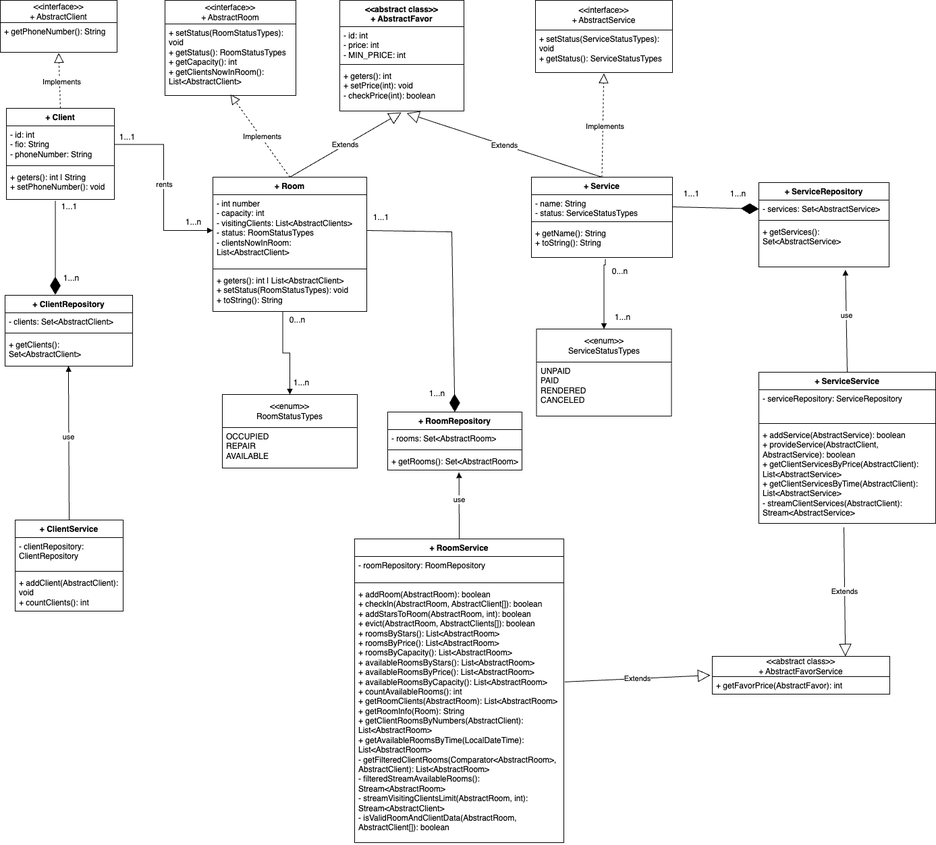
This is hotelAdmin/src/images/hotel.png from Dmitry-Osipov/hotel, a draw.io export, as it was before one commit. Source tidied: cells renumbered, new cells last; positions are measured from the earlier drawing's top-left corner, leaving out a move shared by most shapes.
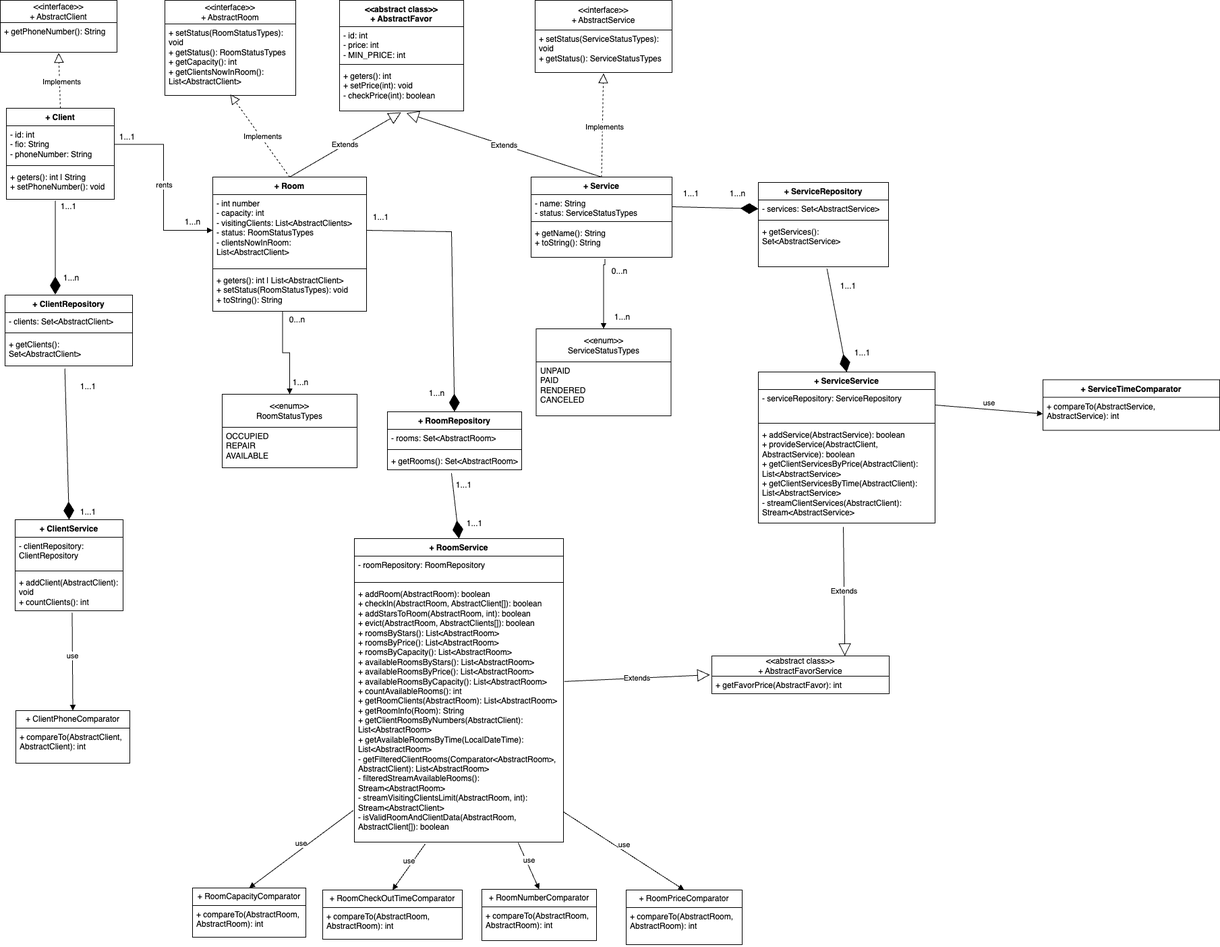
Above is the later version.

Diff of the diagram source:
```diff
@@ -220,9 +220,6 @@
     <mxCell id="70" value="+ addClient(AbstractClient): void&lt;br&gt;+ countClients(): int" style="text;strokeColor=none;fillColor=none;align=left;verticalAlign=top;spacingLeft=4;spacingRight=4;overflow=hidden;points=[[0,0.5],[1,0.5]];portConstraint=eastwest;whiteSpace=wrap;html=1;" parent="67" vertex="1">
       <mxGeometry y="80" width="160" height="55" as="geometry" />
     </mxCell>
-    <mxCell id="71" value="use" style="html=1;verticalAlign=bottom;endArrow=block;curved=0;rounded=0;exitX=0.5;exitY=0;exitDx=0;exitDy=0;entryX=0.497;entryY=0.994;entryDx=0;entryDy=0;entryPerimeter=0;" parent="1" edge="1" source="67" target="55">
-      <mxGeometry relative="1" as="geometry" />
-    </mxCell>
     <mxCell id="72" value="+ RoomService" style="swimlane;fontStyle=1;align=center;verticalAlign=top;horizontal=1;startSize=26;whiteSpace=wrap;html=1;" parent="1" vertex="1">
       <mxGeometry x="525" y="798" width="310" height="450" as="geometry" />
     </mxCell>
@@ -235,9 +232,6 @@
     <mxCell id="75" value="+ addRoom(AbstractRoom): boolean&lt;br&gt;+ checkIn(AbstractRoom, AbstractClient[]): boolean&lt;br&gt;+ addStarsToRoom(AbstractRoom, int): boolean&lt;br&gt;+ evict(AbstractRoom, AbstractClients[]): boolean&lt;br&gt;+ roomsByStars(): List&amp;lt;AbstractRoom&amp;gt;&lt;br&gt;+ roomsByPrice(): List&amp;lt;AbstractRoom&amp;gt;&lt;br&gt;+ roomsByCapacity(): List&amp;lt;AbstractRoom&amp;gt;&lt;br&gt;+ availableRoomsByStars(): List&amp;lt;AbstractRoom&amp;gt;&lt;br&gt;+ availableRoomsByPrice(): List&amp;lt;AbstractRoom&amp;gt;&lt;br&gt;+ availableRoomsByCapacity(): List&amp;lt;AbstractRoom&amp;gt;&lt;br&gt;+ countAvailableRooms(): int&lt;br&gt;+ getRoomClients(AbstractRoom): List&amp;lt;AbstractRoom&amp;gt;&lt;br&gt;+ getRoomInfo(Room): String&lt;br&gt;+ getClientRoomsByNumbers(AbstractClient): List&amp;lt;AbstractRoom&amp;gt;&lt;br&gt;+ getAvailableRoomsByTime(LocalDateTime): List&amp;lt;AbstractRoom&amp;gt;&lt;br&gt;- getFilteredClientRooms(Comparator&amp;lt;AbstractRoom&amp;gt;, AbstractClient): List&amp;lt;AbstractRoom&amp;gt;&lt;br&gt;- filteredStreamAvailableRooms(): Stream&amp;lt;AbstractRoom&amp;gt;&lt;br&gt;- streamVisitingClientsLimit(AbstractRoom, int): Stream&amp;lt;AbstractClient&amp;gt;&lt;br&gt;- isValidRoomAndClientData(AbstractRoom, AbstractClient[]): boolean" style="text;strokeColor=none;fillColor=none;align=left;verticalAlign=top;spacingLeft=4;spacingRight=4;overflow=hidden;points=[[0,0.5],[1,0.5]];portConstraint=eastwest;whiteSpace=wrap;html=1;" parent="72" vertex="1">
       <mxGeometry y="69" width="310" height="381" as="geometry" />
     </mxCell>
-    <mxCell id="76" value="use" style="html=1;verticalAlign=bottom;endArrow=block;curved=0;rounded=0;exitX=0.5;exitY=0;exitDx=0;exitDy=0;entryX=0.531;entryY=1.125;entryDx=0;entryDy=0;entryPerimeter=0;" parent="1" edge="1" source="72" target="60">
-      <mxGeometry relative="1" as="geometry" />
-    </mxCell>
     <mxCell id="77" value="+ ServiceService" style="swimlane;fontStyle=1;align=center;verticalAlign=top;horizontal=1;startSize=26;whiteSpace=wrap;html=1;" parent="1" vertex="1">
       <mxGeometry x="1124" y="551" width="262" height="224" as="geometry" />
     </mxCell>
@@ -250,9 +244,6 @@
     <mxCell id="80" value="+ addService(AbstractService): boolean&lt;br&gt;+ provideService(AbstractClient, AbstractService): boolean&lt;br&gt;+ getClientServicesByPrice(AbstractClient): List&amp;lt;AbstractService&amp;gt;&lt;br&gt;+ getClientServicesByTime(AbstractClient): List&amp;lt;AbstractService&amp;gt;&lt;br&gt;- streamClientServices(AbstractClient): Stream&amp;lt;AbstractService&amp;gt;" style="text;strokeColor=none;fillColor=none;align=left;verticalAlign=top;spacingLeft=4;spacingRight=4;overflow=hidden;points=[[0,0.5],[1,0.5]];portConstraint=eastwest;whiteSpace=wrap;html=1;" parent="77" vertex="1">
       <mxGeometry y="80" width="262" height="144" as="geometry" />
     </mxCell>
-    <mxCell id="81" value="use" style="html=1;verticalAlign=bottom;endArrow=block;curved=0;rounded=0;exitX=0.5;exitY=0;exitDx=0;exitDy=0;entryX=0.665;entryY=1.065;entryDx=0;entryDy=0;entryPerimeter=0;" parent="1" edge="1" source="77" target="65">
-      <mxGeometry relative="1" as="geometry" />
-    </mxCell>
     <mxCell id="82" value="&amp;lt;&amp;lt;abstract class&amp;gt;&amp;gt;&lt;br&gt;+ AbstractFavorService" style="swimlane;fontStyle=0;horizontal=1;startSize=30;fillColor=none;whiteSpace=wrap;html=1;" parent="1" vertex="1">
       <mxGeometry x="1055" y="972" width="263" height="56" as="geometry" />
     </mxCell>
@@ -267,5 +258,86 @@
     <mxCell id="85" value="Extends" style="endArrow=block;endSize=16;endFill=0;html=1;rounded=0;entryX=0.75;entryY=0;entryDx=0;entryDy=0;exitX=0.481;exitY=1.04;exitDx=0;exitDy=0;exitPerimeter=0;" parent="1" edge="1" source="80" target="82">
       <mxGeometry relative="1" as="geometry" />
     </mxCell>
+    <mxCell id="86" value="+ ServiceTimeComparator" style="swimlane;fontStyle=1;align=center;verticalAlign=top;horizontal=1;startSize=26;whiteSpace=wrap;html=1;" parent="1" vertex="1">
+      <mxGeometry x="1546" y="562.5" width="262" height="75" as="geometry" />
+    </mxCell>
+    <mxCell id="87" value="+ compareTo(AbstractService, AbstractService): int" style="text;strokeColor=none;fillColor=none;align=left;verticalAlign=top;spacingLeft=4;spacingRight=4;overflow=hidden;points=[[0,0.5],[1,0.5]];portConstraint=eastwest;whiteSpace=wrap;html=1;" parent="86" vertex="1">
+      <mxGeometry y="26" width="262" height="49" as="geometry" />
+    </mxCell>
+    <mxCell id="88" value="use" style="html=1;verticalAlign=bottom;endArrow=block;curved=0;rounded=0;exitX=1;exitY=0.5;exitDx=0;exitDy=0;entryX=0;entryY=0.5;entryDx=0;entryDy=0;" parent="1" edge="1" source="78" target="87">
+      <mxGeometry relative="1" as="geometry" />
+    </mxCell>
+    <mxCell id="89" value="+ ClientPhoneComparator" style="swimlane;fontStyle=0;horizontal=1;startSize=26;fillColor=none;whiteSpace=wrap;html=1;" parent="1" vertex="1">
+      <mxGeometry x="23" y="1053" width="169" height="78" as="geometry" />
+    </mxCell>
+    <mxCell id="90" value="+ compareTo(AbstractClient, AbstractClient): int" style="text;strokeColor=none;fillColor=none;align=left;verticalAlign=top;spacingLeft=4;spacingRight=4;overflow=hidden;whiteSpace=wrap;html=1;" parent="89" vertex="1">
+      <mxGeometry y="26" width="169" height="52" as="geometry" />
+    </mxCell>
+    <mxCell id="91" value="use" style="html=1;verticalAlign=bottom;endArrow=block;curved=0;rounded=0;exitX=0.528;exitY=1.051;exitDx=0;exitDy=0;exitPerimeter=0;entryX=0.5;entryY=0;entryDx=0;entryDy=0;" parent="1" edge="1" source="70" target="89">
+      <mxGeometry relative="1" as="geometry" />
+    </mxCell>
+    <mxCell id="92" value="+ RoomCapacityComparator" style="swimlane;fontStyle=0;horizontal=1;startSize=26;fillColor=none;whiteSpace=wrap;html=1;" parent="1" vertex="1">
+      <mxGeometry x="285" y="1316" width="168" height="73" as="geometry" />
+    </mxCell>
+    <mxCell id="93" value="+ compareTo(AbstractRoom, AbstractRoom): int" style="text;strokeColor=none;fillColor=none;align=left;verticalAlign=top;spacingLeft=4;spacingRight=4;overflow=hidden;whiteSpace=wrap;html=1;" parent="92" vertex="1">
+      <mxGeometry y="26" width="168" height="47" as="geometry" />
+    </mxCell>
+    <mxCell id="94" value="+ RoomCheckOutTimeComparator" style="swimlane;fontStyle=0;horizontal=1;startSize=26;fillColor=none;whiteSpace=wrap;html=1;" parent="1" vertex="1">
+      <mxGeometry x="478" y="1319" width="207" height="73" as="geometry" />
+    </mxCell>
+    <mxCell id="95" value="+ compareTo(AbstractRoom, AbstractRoom): int" style="text;strokeColor=none;fillColor=none;align=left;verticalAlign=top;spacingLeft=4;spacingRight=4;overflow=hidden;whiteSpace=wrap;html=1;" parent="94" vertex="1">
+      <mxGeometry y="26" width="207" height="47" as="geometry" />
+    </mxCell>
+    <mxCell id="96" value="+ RoomNumberComparator" style="swimlane;fontStyle=0;horizontal=1;startSize=26;fillColor=none;whiteSpace=wrap;html=1;" parent="1" vertex="1">
+      <mxGeometry x="714" y="1318" width="170" height="76" as="geometry" />
+    </mxCell>
+    <mxCell id="97" value="+ compareTo(AbstractRoom, AbstractRoom): int" style="text;strokeColor=none;fillColor=none;align=left;verticalAlign=top;spacingLeft=4;spacingRight=4;overflow=hidden;whiteSpace=wrap;html=1;" parent="96" vertex="1">
+      <mxGeometry y="26" width="170" height="50" as="geometry" />
+    </mxCell>
+    <mxCell id="98" value="+ RoomPriceComparator" style="swimlane;fontStyle=0;horizontal=1;startSize=26;fillColor=none;whiteSpace=wrap;html=1;" parent="1" vertex="1">
+      <mxGeometry x="928" y="1319" width="172" height="81" as="geometry" />
+    </mxCell>
+    <mxCell id="99" value="+ compareTo(AbstractRoom, AbstractRoom): int" style="text;strokeColor=none;fillColor=none;align=left;verticalAlign=top;spacingLeft=4;spacingRight=4;overflow=hidden;whiteSpace=wrap;html=1;" parent="98" vertex="1">
+      <mxGeometry y="26" width="172" height="55" as="geometry" />
+    </mxCell>
+    <mxCell id="100" value="use" style="html=1;verticalAlign=bottom;endArrow=block;curved=0;rounded=0;exitX=-0.006;exitY=0.877;exitDx=0;exitDy=0;exitPerimeter=0;entryX=0.5;entryY=0;entryDx=0;entryDy=0;" parent="1" edge="1" source="75" target="92">
+      <mxGeometry relative="1" as="geometry" />
+    </mxCell>
+    <mxCell id="101" value="use" style="html=1;verticalAlign=bottom;endArrow=block;curved=0;rounded=0;exitX=0.338;exitY=1.008;exitDx=0;exitDy=0;exitPerimeter=0;entryX=0.5;entryY=0;entryDx=0;entryDy=0;" parent="1" edge="1" source="75" target="94">
+      <mxGeometry relative="1" as="geometry" />
+    </mxCell>
+    <mxCell id="102" value="use" style="html=1;verticalAlign=bottom;endArrow=block;curved=0;rounded=0;exitX=0.783;exitY=1.002;exitDx=0;exitDy=0;exitPerimeter=0;entryX=0.5;entryY=0;entryDx=0;entryDy=0;" parent="1" edge="1" source="75" target="96">
+      <mxGeometry relative="1" as="geometry" />
+    </mxCell>
+    <mxCell id="103" value="use" style="html=1;verticalAlign=bottom;endArrow=block;curved=0;rounded=0;exitX=1.001;exitY=0.883;exitDx=0;exitDy=0;exitPerimeter=0;entryX=0.5;entryY=0;entryDx=0;entryDy=0;" parent="1" edge="1" source="75" target="98">
+      <mxGeometry relative="1" as="geometry" />
+    </mxCell>
+    <mxCell id="104" style="endArrow=diamondThin;endFill=1;endSize=24;html=1;rounded=0;exitX=0.469;exitY=1.089;exitDx=0;exitDy=0;exitPerimeter=0;entryX=0.5;entryY=0;entryDx=0;entryDy=0;" parent="1" edge="1" source="55" target="67">
+      <mxGeometry relative="1" as="geometry" />
+    </mxCell>
+    <mxCell id="105" value="1...1" style="text;html=1;align=center;verticalAlign=middle;strokeColor=none;fillColor=none;" parent="1" vertex="1">
+      <mxGeometry x="109" y="746" width="41" height="26" as="geometry" />
+    </mxCell>
+    <mxCell id="106" value="1...1" style="text;html=1;align=center;verticalAlign=middle;strokeColor=none;fillColor=none;" parent="1" vertex="1">
+      <mxGeometry x="109" y="560" width="41" height="26" as="geometry" />
+    </mxCell>
+    <mxCell id="107" style="endArrow=diamondThin;endFill=1;endSize=24;html=1;rounded=0;exitX=0.477;exitY=1.192;exitDx=0;exitDy=0;exitPerimeter=0;entryX=0.5;entryY=0;entryDx=0;entryDy=0;" parent="1" edge="1" source="60" target="72">
+      <mxGeometry relative="1" as="geometry" />
+    </mxCell>
+    <mxCell id="108" value="1...1" style="text;html=1;align=center;verticalAlign=middle;strokeColor=none;fillColor=none;" parent="1" vertex="1">
+      <mxGeometry x="666" y="706" width="41" height="26" as="geometry" />
+    </mxCell>
+    <mxCell id="109" value="1...1" style="text;html=1;align=center;verticalAlign=middle;strokeColor=none;fillColor=none;" parent="1" vertex="1">
+      <mxGeometry x="682" y="763" width="41" height="26" as="geometry" />
+    </mxCell>
+    <mxCell id="110" style="endArrow=diamondThin;endFill=1;endSize=24;html=1;rounded=0;exitX=0.527;exitY=1.041;exitDx=0;exitDy=0;exitPerimeter=0;entryX=0.5;entryY=0;entryDx=0;entryDy=0;" parent="1" edge="1" source="65" target="77">
+      <mxGeometry relative="1" as="geometry" />
+    </mxCell>
+    <mxCell id="111" value="1...1" style="text;html=1;align=center;verticalAlign=middle;strokeColor=none;fillColor=none;" parent="1" vertex="1">
+      <mxGeometry x="1236" y="411" width="41" height="26" as="geometry" />
+    </mxCell>
+    <mxCell id="112" value="1...1" style="text;html=1;align=center;verticalAlign=middle;strokeColor=none;fillColor=none;" parent="1" vertex="1">
+      <mxGeometry x="1257" y="510" width="41" height="26" as="geometry" />
+    </mxCell>
   </root>
 </mxGraphModel>
```
